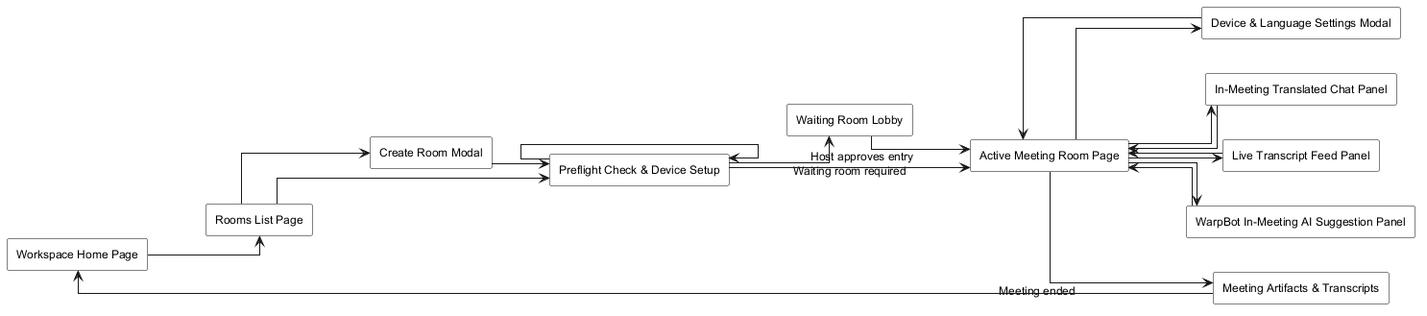
The PlantUML diagram .agents/resources/screen flow/meeting/01-unified-meeting-and-translation-room-screen-flow.png in WarpTalk-CapstoneProject/warptalk-backend, before a commit. Its diagram source:
```plantuml
@startuml
skinparam monochrome true
skinparam shadowing false
skinparam linetype ortho
skinparam defaultFontName Arial
skinparam defaultFontSize 12
skinparam rectangle {
  BackgroundColor white
  BorderColor black
}
left to right direction

rectangle "Workspace Home Page" as WorkspaceHome
rectangle "Rooms List Page" as RoomsListPage
rectangle "Create Room Modal" as CreateRoomModal
rectangle "Preflight Check & Device Setup" as PreflightPage
rectangle "Waiting Room Lobby" as WaitingRoomPage
rectangle "Active Meeting Room Page" as MeetingRoomPage
rectangle "Device & Language Settings Modal" as DeviceSettingsModal
rectangle "In-Meeting Translated Chat Panel" as MeetingChatPanel
rectangle "Live Transcript Feed Panel" as LiveTranscriptPanel
rectangle "WarpBot In-Meeting AI Suggestion Panel" as WarpBotMeetingPanel
rectangle "Meeting Artifacts & Transcripts" as MeetingArtifactsPage

WorkspaceHome --> RoomsListPage
RoomsListPage --> CreateRoomModal
CreateRoomModal --> PreflightPage

RoomsListPage --> PreflightPage
PreflightPage --> PreflightPage

PreflightPage --> WaitingRoomPage : Waiting room required
WaitingRoomPage --> MeetingRoomPage : Host approves entry
PreflightPage --> MeetingRoomPage

MeetingRoomPage --> DeviceSettingsModal
DeviceSettingsModal --> MeetingRoomPage

MeetingRoomPage --> MeetingChatPanel
MeetingChatPanel --> MeetingRoomPage

MeetingRoomPage --> LiveTranscriptPanel
LiveTranscriptPanel --> MeetingRoomPage

MeetingRoomPage --> WarpBotMeetingPanel
WarpBotMeetingPanel --> MeetingRoomPage

MeetingRoomPage --> MeetingArtifactsPage : Meeting ended
MeetingArtifactsPage --> WorkspaceHome

@enduml
```
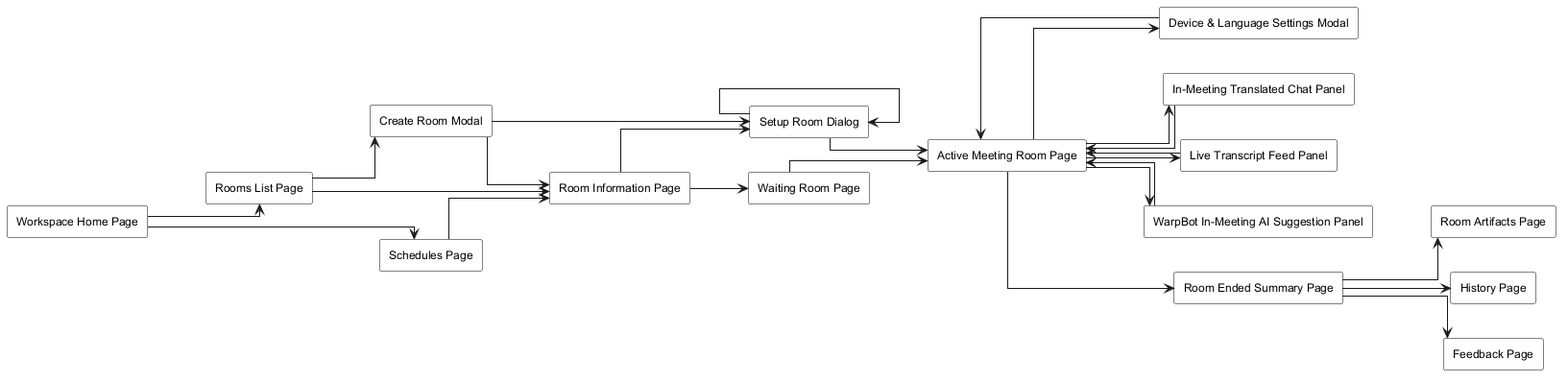
The same diagram one commit later.

What changed in the source:
```diff
@@ -12,26 +12,35 @@
 
 rectangle "Workspace Home Page" as WorkspaceHome
 rectangle "Rooms List Page" as RoomsListPage
+rectangle "Schedules Page" as SchedulesPage
 rectangle "Create Room Modal" as CreateRoomModal
-rectangle "Preflight Check & Device Setup" as PreflightPage
-rectangle "Waiting Room Lobby" as WaitingRoomPage
+rectangle "Setup Room Dialog" as SetupRoomDialog
+rectangle "Room Information Page" as RoomInformationPage
+rectangle "Waiting Room Page" as WaitingRoomPage
 rectangle "Active Meeting Room Page" as MeetingRoomPage
 rectangle "Device & Language Settings Modal" as DeviceSettingsModal
 rectangle "In-Meeting Translated Chat Panel" as MeetingChatPanel
 rectangle "Live Transcript Feed Panel" as LiveTranscriptPanel
 rectangle "WarpBot In-Meeting AI Suggestion Panel" as WarpBotMeetingPanel
-rectangle "Meeting Artifacts & Transcripts" as MeetingArtifactsPage
+rectangle "Room Ended Summary Page" as RoomEndedSummaryPage
+rectangle "Room Artifacts Page" as RoomArtifactsPage
+rectangle "History Page" as HistoryPage
+rectangle "Feedback Page" as FeedbackPage
 
 WorkspaceHome --> RoomsListPage
+WorkspaceHome --> SchedulesPage
 RoomsListPage --> CreateRoomModal
-CreateRoomModal --> PreflightPage
+CreateRoomModal --> SetupRoomDialog
+CreateRoomModal --> RoomInformationPage
 
-RoomsListPage --> PreflightPage
-PreflightPage --> PreflightPage
+RoomsListPage --> RoomInformationPage
+SchedulesPage --> RoomInformationPage
+RoomInformationPage --> SetupRoomDialog
+SetupRoomDialog --> SetupRoomDialog
 
-PreflightPage --> WaitingRoomPage : Waiting room required
-WaitingRoomPage --> MeetingRoomPage : Host approves entry
-PreflightPage --> MeetingRoomPage
+RoomInformationPage --> WaitingRoomPage
+WaitingRoomPage --> MeetingRoomPage
+SetupRoomDialog --> MeetingRoomPage
 
 MeetingRoomPage --> DeviceSettingsModal
 DeviceSettingsModal --> MeetingRoomPage
@@ -45,7 +54,9 @@
 MeetingRoomPage --> WarpBotMeetingPanel
 WarpBotMeetingPanel --> MeetingRoomPage
 
-MeetingRoomPage --> MeetingArtifactsPage : Meeting ended
-MeetingArtifactsPage --> WorkspaceHome
+MeetingRoomPage --> RoomEndedSummaryPage
+RoomEndedSummaryPage --> RoomArtifactsPage
+RoomEndedSummaryPage --> HistoryPage
+RoomEndedSummaryPage --> FeedbackPage
 
 @enduml
```
